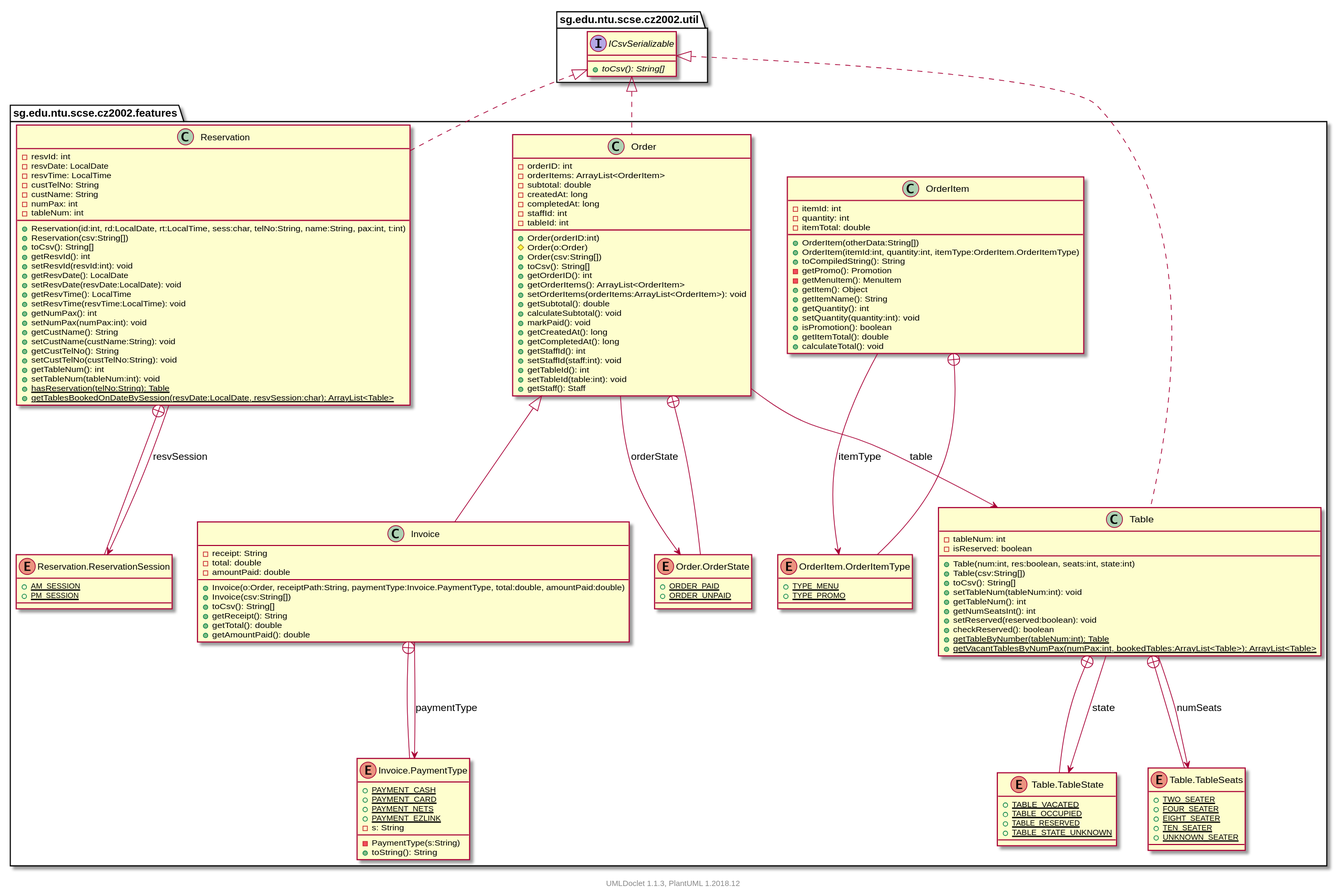
Above: projects/oodp/html/umlversion/uml/sg.edu.ntu.scse.cz2002.features.package.svg in itachi1706/How-to-use-Git-NTUSCSE1819-Site (PlantUML), before the change.
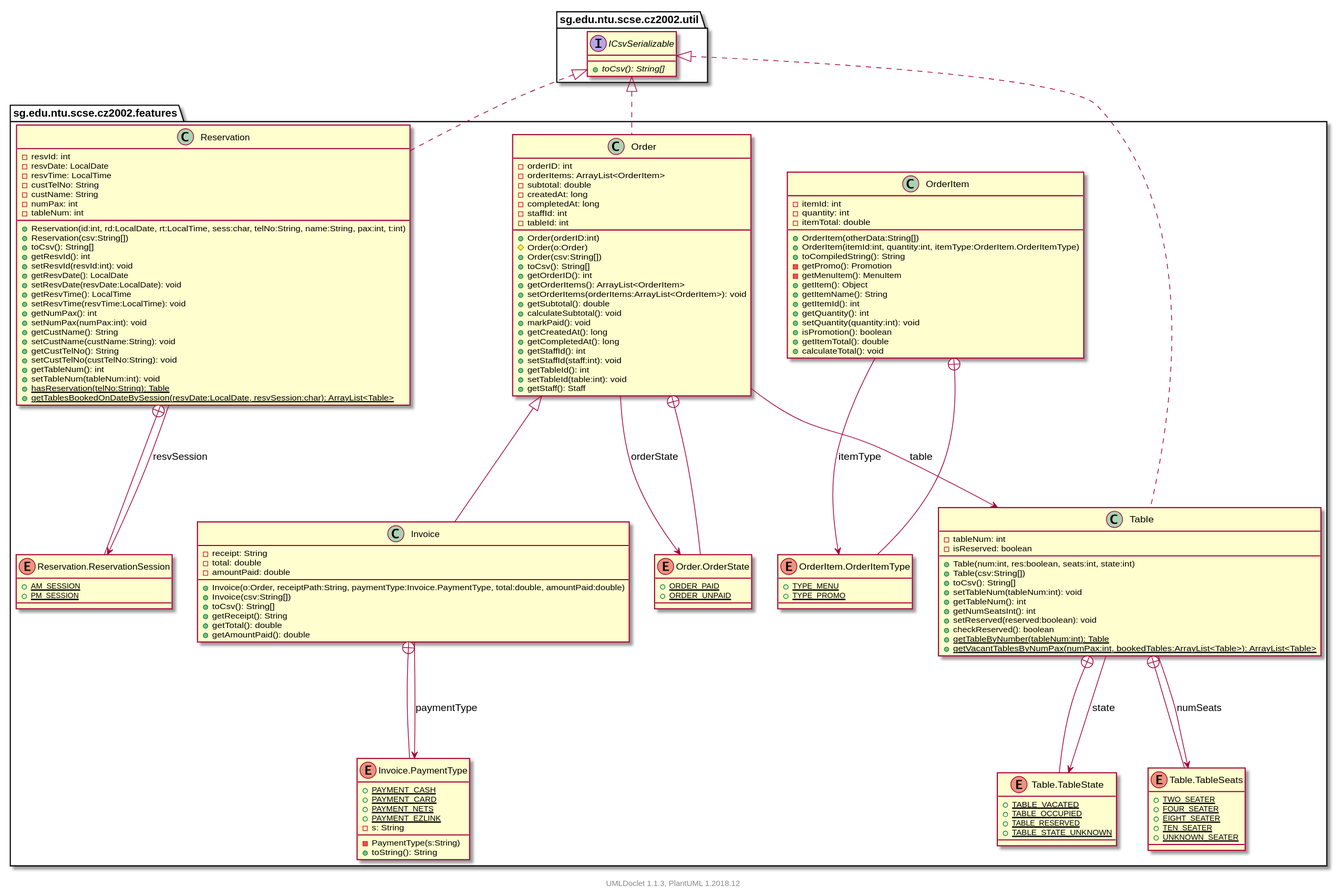
Above is the later version.

What changed in the source:
```diff
@@ -13,6 +13,7 @@
             -getMenuItem(): MenuItem
             +getItem(): Object
             +getItemName(): String
+            +getItemId(): int
             +getQuantity(): int
             +setQuantity(quantity:int): void
             +isPromotion(): boolean
```
